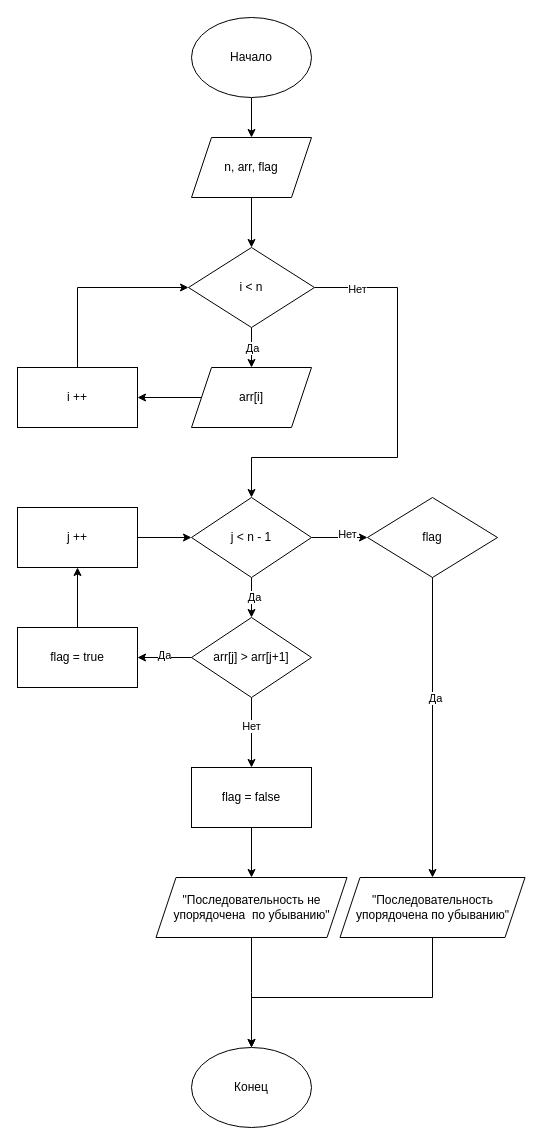
Before: lab-3/lab_3.drawio in 1n6ty/NSTU-lab, a draw.io diagram. Source tidied: cells renumbered, new cells numbered last; positions are measured from the earlier drawing's top-left corner, leaving out a move shared by most shapes. Both pictures are drawn from the tidied source at 100%, with x=0, y=0 at pixel (17, 17).
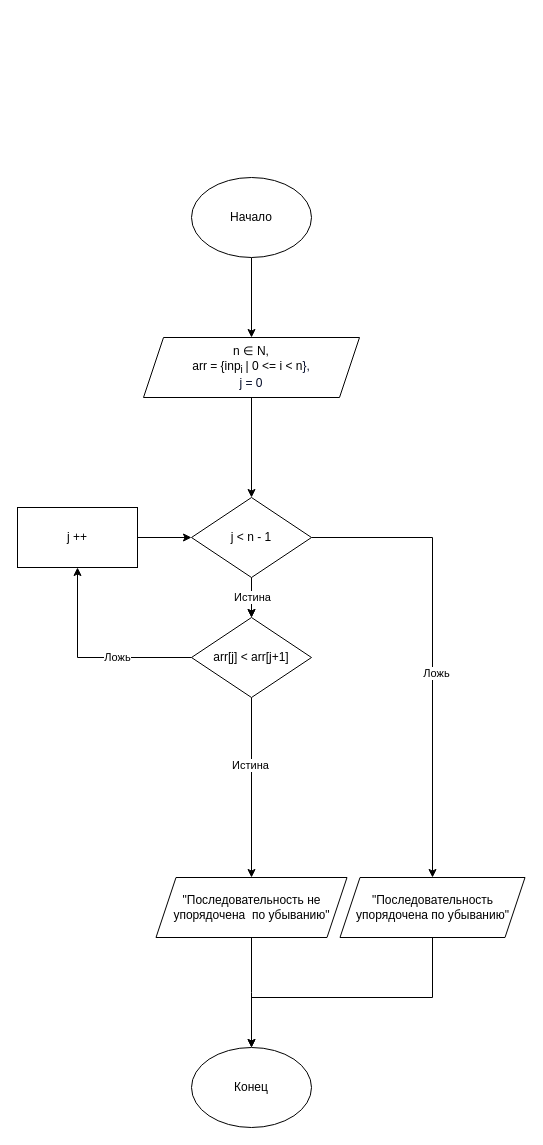
The same page after the edit.

The change refers to these unchanged cells:
```xml
<mxCell id="16" style="edgeStyle=orthogonalEdgeStyle;rounded=0;jettySize=auto;html=1;" parent="1" edge="1" source="20" target="25">
  <mxGeometry relative="1" as="geometry" />
</mxCell>
<mxCell id="20" value="j &amp;lt; n - 1" style="rhombus;whiteSpace=wrap;html=1;" parent="1" vertex="1">
  <mxGeometry x="174" y="480" width="120" height="80" as="geometry" />
</mxCell>
<mxCell id="31" value="j ++ " style="rounded=0;whiteSpace=wrap;html=1;" parent="1" vertex="1">
  <mxGeometry y="490" width="120" height="60" as="geometry" />
</mxCell>
<mxCell id="36" value="&lt;font style=&quot;font-size: 12px;&quot;&gt;&quot;Последовательность не упорядочена&amp;nbsp; по убыванию&quot;&lt;/font&gt;" style="shape=parallelogram;perimeter=parallelogramPerimeter;whiteSpace=wrap;html=1;fixedSize=1;" parent="1" vertex="1">
  <mxGeometry x="138.5" y="860" width="191" height="60" as="geometry" />
</mxCell>
<mxCell id="38" value="&lt;font style=&quot;font-size: 12px;&quot;&gt;&quot;Последовательность упорядочена по убыванию&quot;&lt;/font&gt;" style="shape=parallelogram;perimeter=parallelogramPerimeter;whiteSpace=wrap;html=1;fixedSize=1;" parent="1" vertex="1">
  <mxGeometry x="322.5" y="860" width="185" height="60" as="geometry" />
</mxCell>
```

Diff of the diagram source:
```diff
@@
     <mxCell id="4" value="&lt;div&gt;Начало&lt;/div&gt;" style="ellipse;whiteSpace=wrap;html=1;" parent="1" vertex="1">
-      <mxGeometry x="174" width="120" height="80" as="geometry" />
+      <mxGeometry x="174" y="160" width="120" height="80" as="geometry" />
     </mxCell>
-    <mxCell id="5" style="edgeStyle=orthogonalEdgeStyle;rounded=0;jettySize=auto;html=1;entryX=0.5;entryY=0;entryDx=0;entryDy=0;" parent="1" edge="1" source="6" target="11">
+    <mxCell id="5" style="edgeStyle=orthogonalEdgeStyle;rounded=0;jettySize=auto;html=1;" parent="1" edge="1" source="6" target="20">
       <mxGeometry relative="1" as="geometry" />
     </mxCell>
-    <mxCell id="6" value="n, arr, flag" style="shape=parallelogram;perimeter=parallelogramPerimeter;whiteSpace=wrap;html=1;fixedSize=1;" parent="1" vertex="1">
-      <mxGeometry x="174" y="120" width="120" height="60" as="geometry" />
+    <mxCell id="6" value="&lt;font style=&quot;font-size: 12px;&quot;&gt;n ∈ N, &lt;br&gt;arr = {inp&lt;sub&gt;i&amp;nbsp;&lt;/sub&gt;| 0 &amp;lt;= i &amp;lt; n&lt;/font&gt;&lt;span style=&quot;color: rgb(4, 12, 40); font-family: &amp;quot;Google Sans&amp;quot;, arial, sans-serif; text-align: left;&quot;&gt;&lt;font style=&quot;font-size: 12px;&quot;&gt;&lt;font style=&quot;font-size: 12px;&quot;&gt;},&lt;br&gt;j = 0&lt;/font&gt;&lt;br&gt;&lt;/font&gt;&lt;/span&gt;" style="shape=parallelogram;perimeter=parallelogramPerimeter;whiteSpace=wrap;html=1;fixedSize=1;" parent="1" vertex="1">
+      <mxGeometry x="126" y="320" width="216" height="60" as="geometry" />
     </mxCell>
-    <mxCell id="7" style="edgeStyle=orthogonalEdgeStyle;rounded=0;jettySize=auto;html=1;" parent="1" edge="1" source="11" target="13">
-      <mxGeometry relative="1" as="geometry" />
-    </mxCell>
-    <mxCell id="8" value="Да" style="edgeLabel;html=1;align=center;verticalAlign=middle;" parent="7" vertex="1">
-      <mxGeometry relative="1" as="geometry" />
-    </mxCell>
-    <mxCell id="9" style="edgeStyle=orthogonalEdgeStyle;rounded=0;jettySize=auto;html=1;entryX=0.5;entryY=0;entryDx=0;entryDy=0;" parent="1" edge="1" source="11" target="20">
-      <mxGeometry relative="1" as="geometry">
-        <Array as="points">
-          <mxPoint x="380" y="270" />
-          <mxPoint x="380" y="440" />
-          <mxPoint x="234" y="440" />
-        </Array>
-      </mxGeometry>
-    </mxCell>
-    <mxCell id="10" value="Нет" style="edgeLabel;html=1;align=center;verticalAlign=middle;" parent="9" vertex="1">
-      <mxGeometry x="-0.81" y="-1" relative="1" as="geometry" />
-    </mxCell>
-    <mxCell id="11" value="i &amp;lt; n" style="rhombus;whiteSpace=wrap;html=1;" parent="1" vertex="1">
-      <mxGeometry x="171" y="230" width="126" height="80" as="geometry" />
-    </mxCell>
-    <mxCell id="12" style="edgeStyle=orthogonalEdgeStyle;rounded=0;jettySize=auto;html=1;" parent="1" edge="1" source="13" target="15">
-      <mxGeometry relative="1" as="geometry" />
-    </mxCell>
-    <mxCell id="13" value="arr[i]" style="shape=parallelogram;perimeter=parallelogramPerimeter;whiteSpace=wrap;html=1;fixedSize=1;" parent="1" vertex="1">
-      <mxGeometry x="174" y="350" width="120" height="60" as="geometry" />
-    </mxCell>
-    <mxCell id="14" style="edgeStyle=orthogonalEdgeStyle;rounded=0;jettySize=auto;html=1;entryX=0;entryY=0.5;entryDx=0;entryDy=0;" parent="1" edge="1" source="15" target="11">
-      <mxGeometry relative="1" as="geometry">
-        <Array as="points">
-          <mxPoint x="60" y="270" />
-        </Array>
-      </mxGeometry>
-    </mxCell>
-    <mxCell id="15" value="i ++ " style="rounded=0;whiteSpace=wrap;html=1;" parent="1" vertex="1">
-      <mxGeometry y="350" width="120" height="60" as="geometry" />
-    </mxCell>
@@
-    <mxCell id="17" value="Да" style="edgeLabel;html=1;align=center;verticalAlign=middle;" parent="16" vertex="1">
-      <mxGeometry x="-0.05" y="2" relative="1" as="geometry" />
-    </mxCell>
-    <mxCell id="18" style="edgeStyle=orthogonalEdgeStyle;rounded=0;jettySize=auto;html=1;" parent="1" edge="1" source="20" target="34">
-      <mxGeometry relative="1" as="geometry" />
-    </mxCell>
-    <mxCell id="19" value="Нет" style="edgeLabel;html=1;align=center;verticalAlign=middle;" parent="18" vertex="1">
-      <mxGeometry x="0.25" y="4" relative="1" as="geometry" />
-    </mxCell>
+    <mxCell id="39" style="edgeStyle=orthogonalEdgeStyle;rounded=0;jettySize=auto;html=1;entryX=0.5;entryY=0;entryDx=0;entryDy=0;" parent="1" edge="1" source="20" target="38">
+      <mxGeometry relative="1" as="geometry" />
+    </mxCell>
+    <mxCell id="40" value="Ложь" style="edgeLabel;html=1;align=center;verticalAlign=middle;" parent="39" vertex="1">
+      <mxGeometry x="0.11" y="3" relative="1" as="geometry" />
+    </mxCell>
+    <mxCell id="41" style="edgeStyle=orthogonalEdgeStyle;rounded=0;jettySize=auto;html=1;" parent="1" edge="1" source="20" target="25">
+      <mxGeometry relative="1" as="geometry" />
+    </mxCell>
+    <mxCell id="42" value="Истина" style="edgeLabel;html=1;align=center;verticalAlign=middle;" parent="41" vertex="1">
+      <mxGeometry x="-0.06" relative="1" as="geometry" />
+    </mxCell>
@@
-    <mxCell id="21" style="edgeStyle=orthogonalEdgeStyle;rounded=0;jettySize=auto;html=1;" parent="1" edge="1" source="25" target="27">
-      <mxGeometry relative="1" as="geometry" />
-    </mxCell>
-    <mxCell id="22" value="Да" style="edgeLabel;html=1;align=center;verticalAlign=middle;" parent="21" vertex="1">
-      <mxGeometry x="0.04" y="-3" relative="1" as="geometry" />
-    </mxCell>
-    <mxCell id="23" style="edgeStyle=orthogonalEdgeStyle;rounded=0;jettySize=auto;html=1;" parent="1" edge="1" source="25" target="29">
+    <mxCell id="23" style="edgeStyle=orthogonalEdgeStyle;rounded=0;jettySize=auto;html=1;entryX=0.5;entryY=0;entryDx=0;entryDy=0;" parent="1" edge="1" source="25" target="36">
       <mxGeometry relative="1" as="geometry" />
     </mxCell>
-    <mxCell id="24" value="Нет" style="edgeLabel;html=1;align=center;verticalAlign=middle;" parent="23" vertex="1">
-      <mxGeometry x="-0.21" y="-1" relative="1" as="geometry" />
-    </mxCell>
+    <mxCell id="43" value="Истина" style="edgeLabel;html=1;align=center;verticalAlign=middle;" parent="23" vertex="1">
+      <mxGeometry x="-0.26" y="-2" relative="1" as="geometry" />
+    </mxCell>
+    <mxCell id="44" style="edgeStyle=orthogonalEdgeStyle;rounded=0;jettySize=auto;html=1;entryX=0.5;entryY=1;entryDx=0;entryDy=0;" parent="1" edge="1" source="25" target="31">
+      <mxGeometry relative="1" as="geometry" />
+    </mxCell>
+    <mxCell id="45" value="Ложь" style="edgeLabel;html=1;align=center;verticalAlign=middle;" parent="44" vertex="1">
+      <mxGeometry x="-0.26" y="-1" relative="1" as="geometry" />
+    </mxCell>
-    <mxCell id="25" value="arr[j] &amp;gt; arr[j+1]" style="rhombus;whiteSpace=wrap;html=1;" parent="1" vertex="1">
+    <mxCell id="25" value="arr[j] &amp;lt; arr[j+1]" style="rhombus;whiteSpace=wrap;html=1;" parent="1" vertex="1">
       <mxGeometry x="174" y="600" width="120" height="80" as="geometry" />
     </mxCell>
-    <mxCell id="26" style="edgeStyle=orthogonalEdgeStyle;rounded=0;jettySize=auto;html=1;" parent="1" edge="1" source="27" target="31">
-      <mxGeometry relative="1" as="geometry" />
-    </mxCell>
-    <mxCell id="27" value="flag = true" style="rounded=0;whiteSpace=wrap;html=1;" parent="1" vertex="1">
-      <mxGeometry y="610" width="120" height="60" as="geometry" />
-    </mxCell>
-    <mxCell id="28" style="edgeStyle=orthogonalEdgeStyle;rounded=0;jettySize=auto;html=1;" parent="1" edge="1" source="29" target="36">
-      <mxGeometry relative="1" as="geometry" />
-    </mxCell>
-    <mxCell id="29" value="flag = false" style="rounded=0;whiteSpace=wrap;html=1;" parent="1" vertex="1">
-      <mxGeometry x="174" y="750" width="120" height="60" as="geometry" />
-    </mxCell>
@@
-    <mxCell id="32" style="edgeStyle=orthogonalEdgeStyle;rounded=0;jettySize=auto;html=1;entryX=0.5;entryY=0;entryDx=0;entryDy=0;" parent="1" edge="1" source="34" target="38">
-      <mxGeometry relative="1" as="geometry" />
-    </mxCell>
-    <mxCell id="33" value="Да" style="edgeLabel;html=1;align=center;verticalAlign=middle;" parent="32" vertex="1">
-      <mxGeometry x="-0.2" y="2" relative="1" as="geometry" />
-    </mxCell>
-    <mxCell id="34" value="flag" style="rhombus;whiteSpace=wrap;html=1;" parent="1" vertex="1">
-      <mxGeometry x="350" y="480" width="130" height="80" as="geometry" />
-    </mxCell>
```
